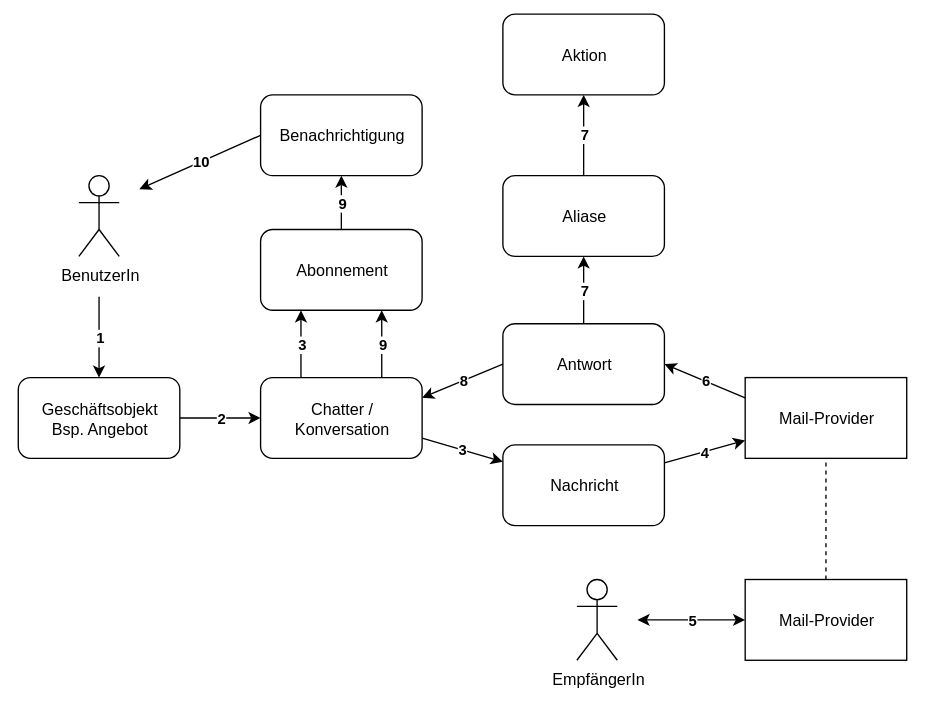
The draw.io diagram attachments/Odoo Mail Workflow.svg in Mint-System/Odoo-Wiki, before a commit. Source tidied: cells renumbered, new cells last; positions are measured from the earlier drawing's top-left corner, leaving out a move shared by most shapes. Its diagram source:
```xml
<mxGraphModel>
  <root>
    <mxCell id="0" />
    <mxCell id="1" parent="0" />
    <mxCell id="2" value="2" style="edgeStyle=none;html=1;fontStyle=1;labelBackgroundColor=#ffffff;" parent="1" edge="1" source="3" target="8">
      <mxGeometry relative="1" as="geometry" />
    </mxCell>
    <mxCell id="3" value="Geschäftsobjekt&lt;br&gt;Bsp. Angebot" style="rounded=1;whiteSpace=wrap;html=1;labelBackgroundColor=none;" parent="1" vertex="1">
      <mxGeometry y="270" width="120" height="60" as="geometry" />
    </mxCell>
    <mxCell id="4" value="BenutzerIn" style="shape=umlActor;verticalLabelPosition=bottom;verticalAlign=top;html=1;labelBackgroundColor=none;" parent="1" vertex="1">
      <mxGeometry x="45" y="120" width="30" height="60" as="geometry" />
    </mxCell>
    <mxCell id="5" value="1" style="endArrow=classic;html=1;entryX=0.5;entryY=0;entryDx=0;entryDy=0;fontStyle=1;labelBackgroundColor=#ffffff;" parent="1" edge="1" target="3">
      <mxGeometry relative="1" as="geometry">
        <mxPoint x="60" y="210" as="sourcePoint" />
      </mxGeometry>
    </mxCell>
    <mxCell id="6" value="3" style="edgeStyle=none;html=1;exitX=1;exitY=0.75;exitDx=0;exitDy=0;fontStyle=1;labelBackgroundColor=#ffffff;" parent="1" edge="1" source="8" target="10">
      <mxGeometry relative="1" as="geometry" />
    </mxCell>
    <mxCell id="7" value="9" style="edgeStyle=none;html=1;startArrow=none;startFill=0;labelBackgroundColor=#ffffff;fontStyle=1;exitX=0.5;exitY=0;exitDx=0;exitDy=0;" parent="1" edge="1" source="26" target="23">
      <mxGeometry relative="1" as="geometry" />
    </mxCell>
    <mxCell id="8" value="Chatter / Konversation" style="rounded=1;whiteSpace=wrap;html=1;labelBackgroundColor=none;" parent="1" vertex="1">
      <mxGeometry x="180" y="270" width="120" height="60" as="geometry" />
    </mxCell>
    <mxCell id="9" value="4" style="edgeStyle=none;html=1;fontStyle=1;labelBackgroundColor=#ffffff;" parent="1" edge="1" source="10" target="12">
      <mxGeometry relative="1" as="geometry" />
    </mxCell>
    <mxCell id="10" value="Nachricht" style="rounded=1;whiteSpace=wrap;html=1;labelBackgroundColor=none;" parent="1" vertex="1">
      <mxGeometry x="360" y="320" width="120" height="60" as="geometry" />
    </mxCell>
    <mxCell id="11" value="EmpfängerIn" style="shape=umlActor;verticalLabelPosition=bottom;verticalAlign=top;html=1;labelBackgroundColor=none;" parent="1" vertex="1">
      <mxGeometry x="415" y="420" width="30" height="60" as="geometry" />
    </mxCell>
    <mxCell id="12" value="Mail-Provider" style="rounded=0;whiteSpace=wrap;html=1;labelBackgroundColor=none;" parent="1" vertex="1">
      <mxGeometry x="540" y="270" width="120" height="60" as="geometry" />
    </mxCell>
    <mxCell id="13" value="Mail-Provider" style="rounded=0;whiteSpace=wrap;html=1;labelBackgroundColor=none;" parent="1" vertex="1">
      <mxGeometry x="540" y="420" width="120" height="60" as="geometry" />
    </mxCell>
    <mxCell id="14" style="endArrow=none;dashed=1;html=1;entryX=0.5;entryY=1;entryDx=0;entryDy=0;exitX=0.5;exitY=0;exitDx=0;exitDy=0;labelBackgroundColor=none;" parent="1" edge="1" source="13" target="12">
      <mxGeometry relative="1" as="geometry" />
    </mxCell>
    <mxCell id="15" value="5" style="endArrow=classic;html=1;exitX=0;exitY=0.5;exitDx=0;exitDy=0;startArrow=classic;startFill=1;fontStyle=1;labelBackgroundColor=#ffffff;" parent="1" edge="1" source="13">
      <mxGeometry relative="1" as="geometry">
        <mxPoint x="460" y="450" as="targetPoint" />
      </mxGeometry>
    </mxCell>
    <mxCell id="16" value="6" style="edgeStyle=none;html=1;exitX=0;exitY=0.25;exitDx=0;exitDy=0;entryX=1;entryY=0.5;entryDx=0;entryDy=0;fontStyle=1;labelBackgroundColor=#ffffff;" parent="1" edge="1" source="12" target="19">
      <mxGeometry relative="1" as="geometry" />
    </mxCell>
    <mxCell id="17" value="7" style="edgeStyle=none;html=1;startArrow=none;startFill=0;fontStyle=1;labelBackgroundColor=#ffffff;" parent="1" edge="1" source="19" target="21">
      <mxGeometry relative="1" as="geometry" />
    </mxCell>
    <mxCell id="18" value="8" style="edgeStyle=none;html=1;startArrow=none;startFill=0;entryX=1;entryY=0.25;entryDx=0;entryDy=0;exitX=0;exitY=0.5;exitDx=0;exitDy=0;fontStyle=1;labelBackgroundColor=#ffffff;" parent="1" edge="1" source="19" target="8">
      <mxGeometry relative="1" as="geometry" />
    </mxCell>
    <mxCell id="19" value="Antwort" style="rounded=1;whiteSpace=wrap;html=1;labelBackgroundColor=none;" parent="1" vertex="1">
      <mxGeometry x="360" y="230" width="120" height="60" as="geometry" />
    </mxCell>
    <mxCell id="20" value="7" style="edgeStyle=none;html=1;startArrow=none;startFill=0;fontStyle=1;labelBackgroundColor=#ffffff;" parent="1" edge="1" source="21" target="22">
      <mxGeometry relative="1" as="geometry" />
    </mxCell>
    <mxCell id="21" value="Aliase" style="rounded=1;whiteSpace=wrap;html=1;labelBackgroundColor=none;" parent="1" vertex="1">
      <mxGeometry x="360" y="120" width="120" height="60" as="geometry" />
    </mxCell>
    <mxCell id="22" value="Aktion" style="rounded=1;whiteSpace=wrap;html=1;labelBackgroundColor=none;" parent="1" vertex="1">
      <mxGeometry x="360" width="120" height="60" as="geometry" />
    </mxCell>
    <mxCell id="23" value="Benachrichtigung" style="rounded=1;whiteSpace=wrap;html=1;labelBackgroundColor=none;" parent="1" vertex="1">
      <mxGeometry x="180" y="60" width="120" height="60" as="geometry" />
    </mxCell>
    <mxCell id="24" value="10" style="edgeStyle=none;html=1;startArrow=none;startFill=0;exitX=0;exitY=0.5;exitDx=0;exitDy=0;fontStyle=1;labelBackgroundColor=#ffffff;" parent="1" edge="1" source="23">
      <mxGeometry relative="1" as="geometry">
        <mxPoint x="90" y="130" as="targetPoint" />
      </mxGeometry>
    </mxCell>
    <mxCell id="25" value="3" style="edgeStyle=none;html=1;fontStyle=1;labelBackgroundColor=#ffffff;entryX=0.25;entryY=1;entryDx=0;entryDy=0;exitX=0.25;exitY=0;exitDx=0;exitDy=0;" parent="1" edge="1" source="8" target="26">
      <mxGeometry relative="1" as="geometry" />
    </mxCell>
    <mxCell id="26" value="Abonnement" style="rounded=1;whiteSpace=wrap;html=1;labelBackgroundColor=none;" parent="1" vertex="1">
      <mxGeometry x="180" y="160" width="120" height="60" as="geometry" />
    </mxCell>
    <mxCell id="27" value="9" style="edgeStyle=none;html=1;startArrow=none;startFill=0;labelBackgroundColor=#ffffff;fontStyle=1;exitX=0.75;exitY=0;exitDx=0;exitDy=0;entryX=0.75;entryY=1;entryDx=0;entryDy=0;" parent="1" edge="1" source="8" target="26">
      <mxGeometry relative="1" as="geometry" />
    </mxCell>
  </root>
</mxGraphModel>
```
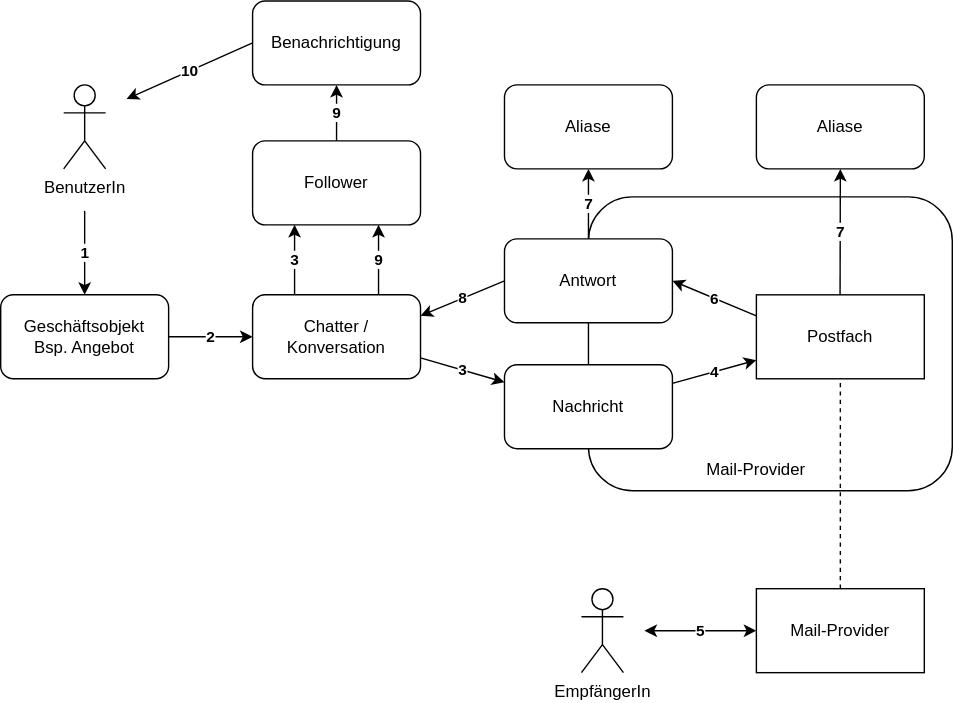
The same file after the commit.

Diff of the diagram source:
```diff
@@ -2,6 +2,9 @@
   <root>
     <mxCell id="0" />
     <mxCell id="1" parent="0" />
+    <mxCell id="28" style="rounded=1;whiteSpace=wrap;html=1;fillColor=none;" parent="1" vertex="1">
+      <mxGeometry x="420" y="200" width="260" height="210" as="geometry" />
+    </mxCell>
     <mxCell id="2" value="2" style="edgeStyle=none;html=1;fontStyle=1;labelBackgroundColor=#ffffff;" parent="1" edge="1" source="3" target="8">
       <mxGeometry relative="1" as="geometry" />
     </mxCell>
@@ -32,20 +35,20 @@
       <mxGeometry x="360" y="320" width="120" height="60" as="geometry" />
     </mxCell>
     <mxCell id="11" value="EmpfängerIn" style="shape=umlActor;verticalLabelPosition=bottom;verticalAlign=top;html=1;labelBackgroundColor=none;" parent="1" vertex="1">
-      <mxGeometry x="415" y="420" width="30" height="60" as="geometry" />
+      <mxGeometry x="415" y="480" width="30" height="60" as="geometry" />
     </mxCell>
-    <mxCell id="12" value="Mail-Provider" style="rounded=0;whiteSpace=wrap;html=1;labelBackgroundColor=none;" parent="1" vertex="1">
+    <mxCell id="12" value="Postfach" style="rounded=0;whiteSpace=wrap;html=1;labelBackgroundColor=none;" parent="1" vertex="1">
       <mxGeometry x="540" y="270" width="120" height="60" as="geometry" />
     </mxCell>
     <mxCell id="13" value="Mail-Provider" style="rounded=0;whiteSpace=wrap;html=1;labelBackgroundColor=none;" parent="1" vertex="1">
-      <mxGeometry x="540" y="420" width="120" height="60" as="geometry" />
+      <mxGeometry x="540" y="480" width="120" height="60" as="geometry" />
     </mxCell>
     <mxCell id="14" style="endArrow=none;dashed=1;html=1;entryX=0.5;entryY=1;entryDx=0;entryDy=0;exitX=0.5;exitY=0;exitDx=0;exitDy=0;labelBackgroundColor=none;" parent="1" edge="1" source="13" target="12">
       <mxGeometry relative="1" as="geometry" />
     </mxCell>
     <mxCell id="15" value="5" style="endArrow=classic;html=1;exitX=0;exitY=0.5;exitDx=0;exitDy=0;startArrow=classic;startFill=1;fontStyle=1;labelBackgroundColor=#ffffff;" parent="1" edge="1" source="13">
       <mxGeometry relative="1" as="geometry">
-        <mxPoint x="460" y="450" as="targetPoint" />
+        <mxPoint x="460" y="510" as="targetPoint" />
       </mxGeometry>
     </mxCell>
     <mxCell id="16" value="6" style="edgeStyle=none;html=1;exitX=0;exitY=0.25;exitDx=0;exitDy=0;entryX=1;entryY=0.5;entryDx=0;entryDy=0;fontStyle=1;labelBackgroundColor=#ffffff;" parent="1" edge="1" source="12" target="19">
@@ -60,15 +63,9 @@
     <mxCell id="19" value="Antwort" style="rounded=1;whiteSpace=wrap;html=1;labelBackgroundColor=none;" parent="1" vertex="1">
       <mxGeometry x="360" y="230" width="120" height="60" as="geometry" />
     </mxCell>
-    <mxCell id="20" value="7" style="edgeStyle=none;html=1;startArrow=none;startFill=0;fontStyle=1;labelBackgroundColor=#ffffff;" parent="1" edge="1" source="21" target="22">
-      <mxGeometry relative="1" as="geometry" />
-    </mxCell>
     <mxCell id="21" value="Aliase" style="rounded=1;whiteSpace=wrap;html=1;labelBackgroundColor=none;" parent="1" vertex="1">
       <mxGeometry x="360" y="120" width="120" height="60" as="geometry" />
     </mxCell>
-    <mxCell id="22" value="Aktion" style="rounded=1;whiteSpace=wrap;html=1;labelBackgroundColor=none;" parent="1" vertex="1">
-      <mxGeometry x="360" width="120" height="60" as="geometry" />
-    </mxCell>
     <mxCell id="23" value="Benachrichtigung" style="rounded=1;whiteSpace=wrap;html=1;labelBackgroundColor=none;" parent="1" vertex="1">
       <mxGeometry x="180" y="60" width="120" height="60" as="geometry" />
     </mxCell>
@@ -80,11 +77,22 @@
     <mxCell id="25" value="3" style="edgeStyle=none;html=1;fontStyle=1;labelBackgroundColor=#ffffff;entryX=0.25;entryY=1;entryDx=0;entryDy=0;exitX=0.25;exitY=0;exitDx=0;exitDy=0;" parent="1" edge="1" source="8" target="26">
       <mxGeometry relative="1" as="geometry" />
     </mxCell>
-    <mxCell id="26" value="Abonnement" style="rounded=1;whiteSpace=wrap;html=1;labelBackgroundColor=none;" parent="1" vertex="1">
+    <mxCell id="26" value="Follower" style="rounded=1;whiteSpace=wrap;html=1;labelBackgroundColor=none;" parent="1" vertex="1">
       <mxGeometry x="180" y="160" width="120" height="60" as="geometry" />
     </mxCell>
     <mxCell id="27" value="9" style="edgeStyle=none;html=1;startArrow=none;startFill=0;labelBackgroundColor=#ffffff;fontStyle=1;exitX=0.75;exitY=0;exitDx=0;exitDy=0;entryX=0.75;entryY=1;entryDx=0;entryDy=0;" parent="1" edge="1" source="8" target="26">
       <mxGeometry relative="1" as="geometry" />
     </mxCell>
+    <mxCell id="29" value="Aliase" style="rounded=1;whiteSpace=wrap;html=1;labelBackgroundColor=none;" parent="1" vertex="1">
+      <mxGeometry x="540" y="120" width="120" height="60" as="geometry" />
+    </mxCell>
+    <mxCell id="20" value="7" style="edgeStyle=none;html=1;startArrow=none;startFill=0;fontStyle=1;labelBackgroundColor=#ffffff;entryX=0.5;entryY=1;entryDx=0;entryDy=0;" parent="1" edge="1" target="29">
+      <mxGeometry relative="1" as="geometry">
+        <mxPoint x="599.8" y="270" as="sourcePoint" />
+      </mxGeometry>
+    </mxCell>
+    <mxCell id="30" value="Mail-Provider" style="text;html=1;whiteSpace=wrap;strokeColor=none;fillColor=none;align=center;verticalAlign=middle;rounded=0;" parent="1" vertex="1">
+      <mxGeometry x="500" y="380" width="80" height="30" as="geometry" />
+    </mxCell>
   </root>
 </mxGraphModel>
```
